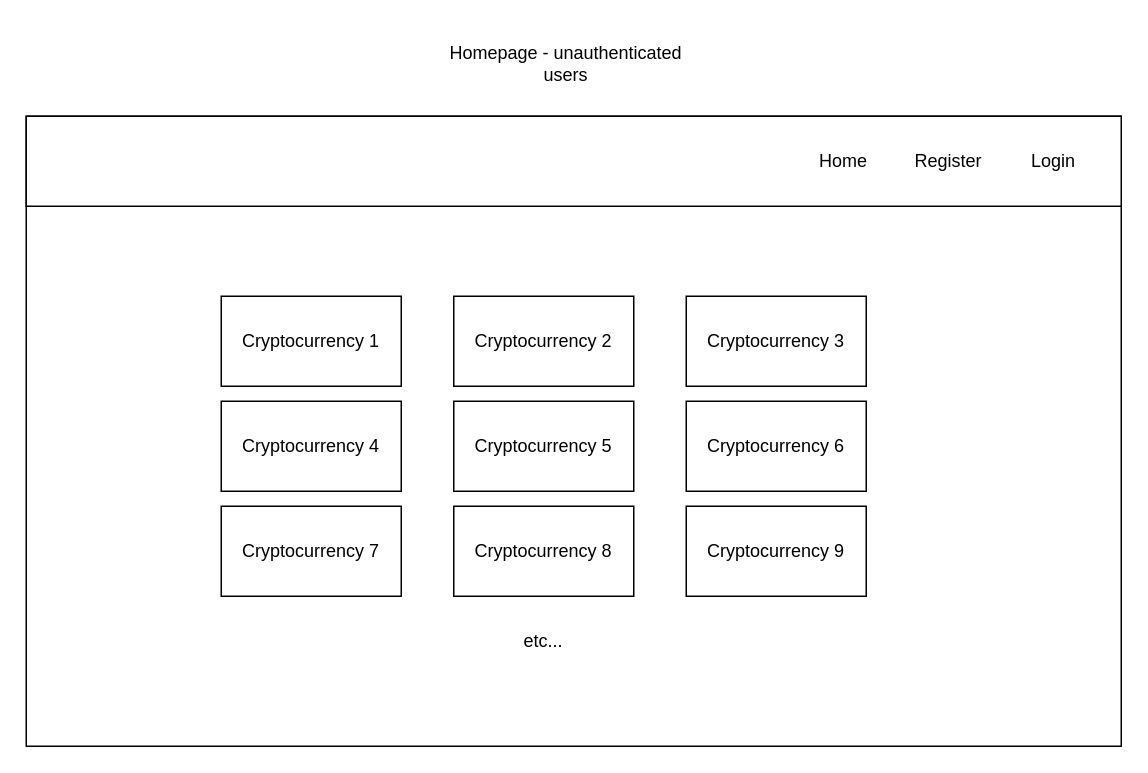
This is page "Home-unauthenticated" (1 of 8) of Crypto-tracker-wireframe.drawio from 200914ROC2/Crypto-Tracker, a draw.io file, before an edit. Source tidied: cells renumbered, new cells numbered last; positions are measured from the earlier drawing's top-left corner, leaving out a move shared by most shapes. Both pictures are drawn from the tidied source at 150%, with x=0, y=0 at pixel (26, 26).
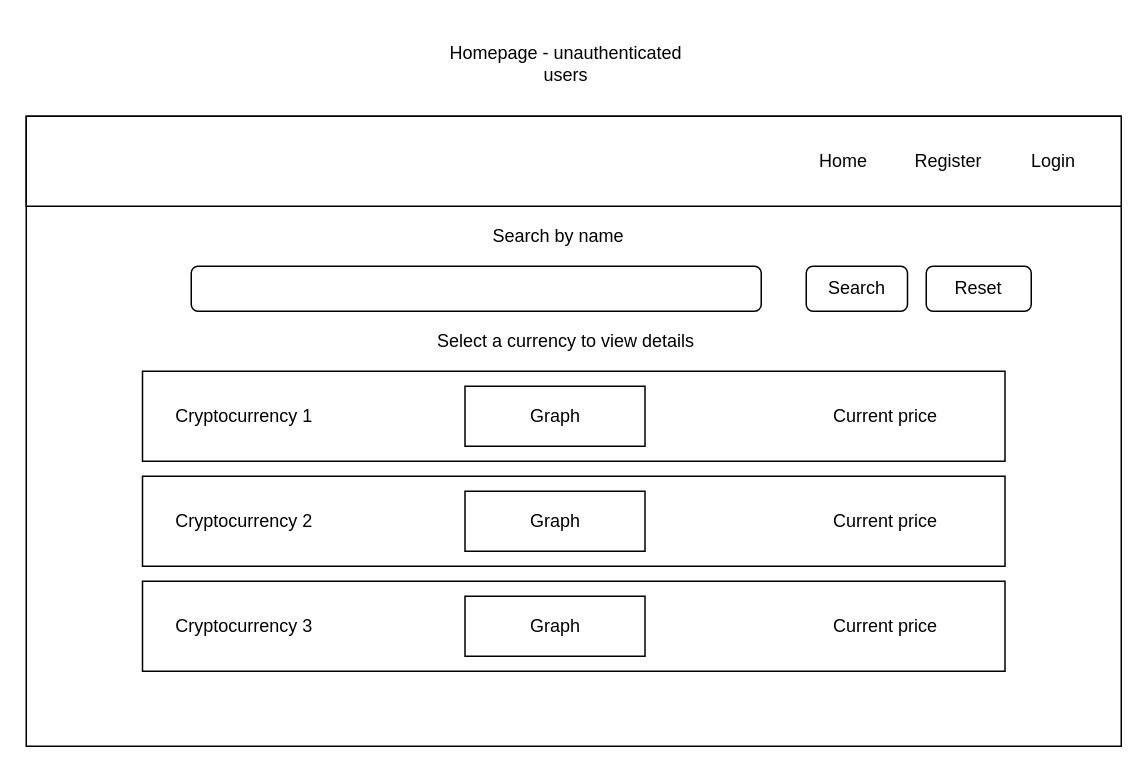
Above is the later version.

Diff of the diagram source:
```diff
@@
-    <mxCell id="3" style="rounded=0;whiteSpace=wrap;html=1;" parent="1" vertex="1">
-      <mxGeometry x="130" y="320" width="120" height="60" as="geometry" />
-    </mxCell>
@@
     <mxCell id="9" style="rounded=0;whiteSpace=wrap;html=1;" parent="1" vertex="1">
-      <mxGeometry x="130" y="180" width="120" height="60" as="geometry" />
+      <mxGeometry x="77.5" y="230" width="575" height="60" as="geometry" />
     </mxCell>
     <mxCell id="10" value="Cryptocurrency 1" style="text;html=1;strokeColor=none;fillColor=none;align=center;verticalAlign=middle;whiteSpace=wrap;rounded=0;" parent="1" vertex="1">
-      <mxGeometry x="140" y="190" width="100" height="40" as="geometry" />
+      <mxGeometry x="92.5" y="240" width="105" height="40" as="geometry" />
     </mxCell>
-    <mxCell id="11" value="Cryptocurrency 7" style="text;html=1;strokeColor=none;fillColor=none;align=center;verticalAlign=middle;whiteSpace=wrap;rounded=0;" parent="1" vertex="1">
-      <mxGeometry x="140" y="330" width="100" height="40" as="geometry" />
-    </mxCell>
-    <mxCell id="12" style="rounded=0;whiteSpace=wrap;html=1;" parent="1" vertex="1">
-      <mxGeometry x="130" y="250" width="120" height="60" as="geometry" />
-    </mxCell>
-    <mxCell id="13" value="Cryptocurrency 4" style="text;html=1;strokeColor=none;fillColor=none;align=center;verticalAlign=middle;whiteSpace=wrap;rounded=0;" parent="1" vertex="1">
-      <mxGeometry x="140" y="260" width="100" height="40" as="geometry" />
-    </mxCell>
-    <mxCell id="14" value="etc..." style="text;html=1;strokeColor=none;fillColor=none;align=center;verticalAlign=middle;whiteSpace=wrap;rounded=0;" parent="1" vertex="1">
-      <mxGeometry x="325" y="400" width="40" height="20" as="geometry" />
-    </mxCell>
-    <mxCell id="15" style="rounded=0;whiteSpace=wrap;html=1;" parent="1" vertex="1">
-      <mxGeometry x="285" y="180" width="120" height="60" as="geometry" />
-    </mxCell>
-    <mxCell id="16" style="rounded=0;whiteSpace=wrap;html=1;" parent="1" vertex="1">
-      <mxGeometry x="440" y="180" width="120" height="60" as="geometry" />
-    </mxCell>
-    <mxCell id="17" style="rounded=0;whiteSpace=wrap;html=1;" parent="1" vertex="1">
-      <mxGeometry x="285" y="250" width="120" height="60" as="geometry" />
-    </mxCell>
-    <mxCell id="18" style="rounded=0;whiteSpace=wrap;html=1;" parent="1" vertex="1">
-      <mxGeometry x="440" y="250" width="120" height="60" as="geometry" />
-    </mxCell>
-    <mxCell id="19" style="rounded=0;whiteSpace=wrap;html=1;" parent="1" vertex="1">
-      <mxGeometry x="285" y="320" width="120" height="60" as="geometry" />
-    </mxCell>
-    <mxCell id="20" style="rounded=0;whiteSpace=wrap;html=1;" parent="1" vertex="1">
-      <mxGeometry x="440" y="320" width="120" height="60" as="geometry" />
-    </mxCell>
+    <mxCell id="27" value="Current price" style="text;html=1;strokeColor=none;fillColor=none;align=center;verticalAlign=middle;whiteSpace=wrap;rounded=0;" parent="1" vertex="1">
+      <mxGeometry x="522.5" y="250" width="100" height="20" as="geometry" />
+    </mxCell>
+    <mxCell id="28" style="rounded=0;whiteSpace=wrap;html=1;" parent="1" vertex="1">
+      <mxGeometry x="292.5" y="240" width="120" height="40" as="geometry" />
+    </mxCell>
+    <mxCell id="29" value="Graph" style="text;html=1;strokeColor=none;fillColor=none;align=center;verticalAlign=middle;whiteSpace=wrap;rounded=0;" parent="1" vertex="1">
+      <mxGeometry x="312.5" y="250" width="80" height="20" as="geometry" />
+    </mxCell>
+    <mxCell id="30" style="rounded=0;whiteSpace=wrap;html=1;" parent="1" vertex="1">
+      <mxGeometry x="77.5" y="300" width="575" height="60" as="geometry" />
+    </mxCell>
     <mxCell id="21" value="Cryptocurrency 2" style="text;html=1;strokeColor=none;fillColor=none;align=center;verticalAlign=middle;whiteSpace=wrap;rounded=0;" parent="1" vertex="1">
-      <mxGeometry x="295" y="190" width="100" height="40" as="geometry" />
+      <mxGeometry x="92.5" y="310" width="105" height="40" as="geometry" />
     </mxCell>
-    <mxCell id="22" value="Cryptocurrency 5" style="text;html=1;strokeColor=none;fillColor=none;align=center;verticalAlign=middle;whiteSpace=wrap;rounded=0;" parent="1" vertex="1">
-      <mxGeometry x="295" y="260" width="100" height="40" as="geometry" />
-    </mxCell>
-    <mxCell id="23" value="Cryptocurrency 8" style="text;html=1;strokeColor=none;fillColor=none;align=center;verticalAlign=middle;whiteSpace=wrap;rounded=0;" parent="1" vertex="1">
-      <mxGeometry x="295" y="330" width="100" height="40" as="geometry" />
-    </mxCell>
+    <mxCell id="31" value="Current price" style="text;html=1;strokeColor=none;fillColor=none;align=center;verticalAlign=middle;whiteSpace=wrap;rounded=0;" parent="1" vertex="1">
+      <mxGeometry x="522.5" y="320" width="100" height="20" as="geometry" />
+    </mxCell>
+    <mxCell id="32" style="rounded=0;whiteSpace=wrap;html=1;" parent="1" vertex="1">
+      <mxGeometry x="292.5" y="310" width="120" height="40" as="geometry" />
+    </mxCell>
+    <mxCell id="33" value="Graph" style="text;html=1;strokeColor=none;fillColor=none;align=center;verticalAlign=middle;whiteSpace=wrap;rounded=0;" parent="1" vertex="1">
+      <mxGeometry x="312.5" y="320" width="80" height="20" as="geometry" />
+    </mxCell>
+    <mxCell id="34" style="rounded=0;whiteSpace=wrap;html=1;" parent="1" vertex="1">
+      <mxGeometry x="77.5" y="370" width="575" height="60" as="geometry" />
+    </mxCell>
     <mxCell id="24" value="Cryptocurrency 3" style="text;html=1;strokeColor=none;fillColor=none;align=center;verticalAlign=middle;whiteSpace=wrap;rounded=0;" parent="1" vertex="1">
-      <mxGeometry x="450" y="190" width="100" height="40" as="geometry" />
+      <mxGeometry x="92.5" y="380" width="105" height="40" as="geometry" />
     </mxCell>
-    <mxCell id="25" value="Cryptocurrency 6" style="text;html=1;strokeColor=none;fillColor=none;align=center;verticalAlign=middle;whiteSpace=wrap;rounded=0;" parent="1" vertex="1">
-      <mxGeometry x="450" y="260" width="100" height="40" as="geometry" />
-    </mxCell>
-    <mxCell id="26" value="Cryptocurrency 9" style="text;html=1;strokeColor=none;fillColor=none;align=center;verticalAlign=middle;whiteSpace=wrap;rounded=0;" parent="1" vertex="1">
-      <mxGeometry x="450" y="330" width="100" height="40" as="geometry" />
-    </mxCell>
+    <mxCell id="35" value="Current price" style="text;html=1;strokeColor=none;fillColor=none;align=center;verticalAlign=middle;whiteSpace=wrap;rounded=0;" parent="1" vertex="1">
+      <mxGeometry x="522.5" y="390" width="100" height="20" as="geometry" />
+    </mxCell>
+    <mxCell id="36" style="rounded=0;whiteSpace=wrap;html=1;" parent="1" vertex="1">
+      <mxGeometry x="292.5" y="380" width="120" height="40" as="geometry" />
+    </mxCell>
+    <mxCell id="37" value="Graph" style="text;html=1;strokeColor=none;fillColor=none;align=center;verticalAlign=middle;whiteSpace=wrap;rounded=0;" parent="1" vertex="1">
+      <mxGeometry x="312.5" y="390" width="80" height="20" as="geometry" />
+    </mxCell>
+    <mxCell id="38" style="rounded=1;whiteSpace=wrap;html=1;" parent="1" vertex="1">
+      <mxGeometry x="110" y="160" width="380" height="30" as="geometry" />
+    </mxCell>
+    <mxCell id="39" value="Search by name" style="text;html=1;strokeColor=none;fillColor=none;align=center;verticalAlign=middle;whiteSpace=wrap;rounded=0;" parent="1" vertex="1">
+      <mxGeometry x="290" y="130" width="130" height="20" as="geometry" />
+    </mxCell>
+    <mxCell id="40" style="rounded=1;whiteSpace=wrap;html=1;" parent="1" vertex="1">
+      <mxGeometry x="520" y="160" width="67.5" height="30" as="geometry" />
+    </mxCell>
+    <mxCell id="41" value="Search" style="text;html=1;strokeColor=none;fillColor=none;align=center;verticalAlign=middle;whiteSpace=wrap;rounded=0;" parent="1" vertex="1">
+      <mxGeometry x="533.8" y="165" width="40" height="20" as="geometry" />
+    </mxCell>
+    <mxCell id="42" value="Select a currency to view details" style="text;html=1;strokeColor=none;fillColor=none;align=center;verticalAlign=middle;whiteSpace=wrap;rounded=0;" parent="1" vertex="1">
+      <mxGeometry x="256.2" y="200" width="207.5" height="20" as="geometry" />
+    </mxCell>
+    <mxCell id="43" style="rounded=1;whiteSpace=wrap;html=1;" parent="1" vertex="1">
+      <mxGeometry x="600" y="160" width="70" height="30" as="geometry" />
+    </mxCell>
+    <mxCell id="44" value="Reset" style="text;html=1;strokeColor=none;fillColor=none;align=center;verticalAlign=middle;whiteSpace=wrap;rounded=0;" parent="1" vertex="1">
+      <mxGeometry x="610" y="165" width="50" height="20" as="geometry" />
+    </mxCell>
```
